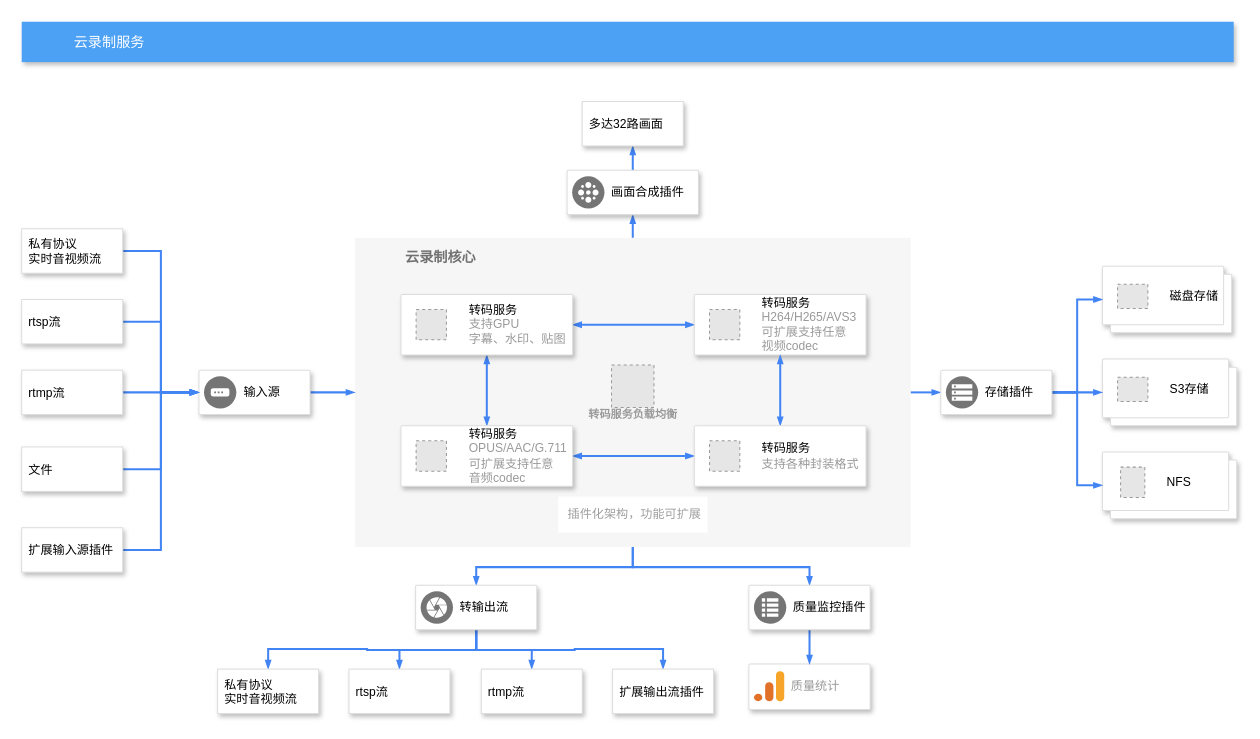
This is 云录制.drawio from shushenghong/test, a draw.io file, before an edit. Source tidied: cells renumbered, new cells numbered last; positions are measured from the earlier drawing's top-left corner, leaving out a move shared by most shapes. Both pictures are drawn from the tidied source at 101%, with x=0, y=0 at pixel (21, 21). Pictures stored in the file or linked from it are replaced by grey dashed boxes.
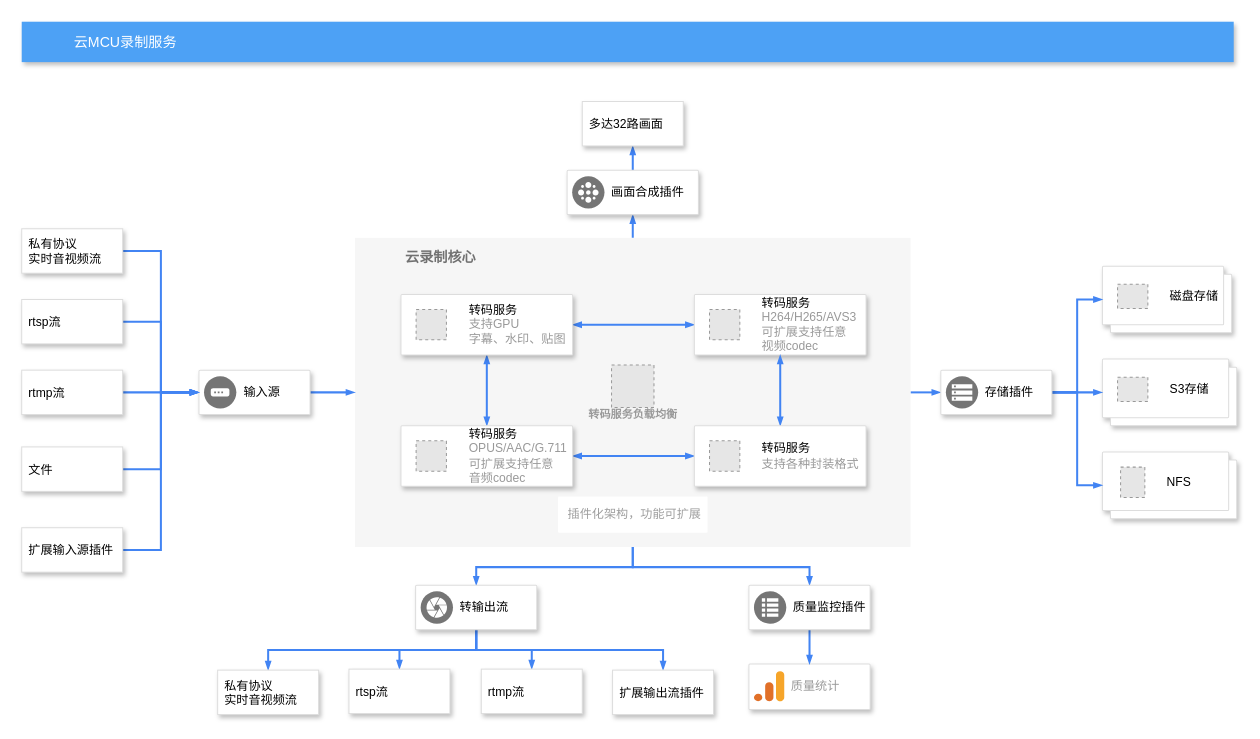
The same page after the edit.

Commit message:
更新云录制.drawio

Change to the diagram source:
```diff
@@
-    <mxCell id="7" value="云录制服务" style="fillColor=#4DA1F5;strokeColor=none;shadow=1;gradientColor=none;fontSize=14;align=left;spacingLeft=50;fontColor=#ffffff;fontFamily=Helvetica;" parent="1" vertex="1">
+    <mxCell id="7" value="云MCU录制服务" style="fillColor=#4DA1F5;strokeColor=none;shadow=1;gradientColor=none;fontSize=14;align=left;spacingLeft=50;fontColor=#ffffff;fontFamily=Helvetica;" parent="1" vertex="1">
       <mxGeometry width="1200" height="40" as="geometry" />
     </mxCell>
@@
     <mxCell id="47" value="私有协议&#10;实时音视频流" style="dashed=0;strokeColor=#dddddd;shadow=1;strokeWidth=1;labelPosition=center;verticalLabelPosition=middle;align=left;verticalAlign=middle;spacingLeft=5;fontSize=12;" parent="1" vertex="1">
-      <mxGeometry x="194" y="641" width="100" height="44" as="geometry" />
+      <mxGeometry x="194" y="642" width="100" height="44" as="geometry" />
     </mxCell>
@@
     <mxCell id="64" value="扩展输出流插件" style="dashed=0;strokeColor=#dddddd;shadow=1;strokeWidth=1;labelPosition=center;verticalLabelPosition=middle;align=left;verticalAlign=middle;spacingLeft=5;fontSize=12;" parent="1" vertex="1">
-      <mxGeometry x="585" y="641" width="100" height="44" as="geometry" />
+      <mxGeometry x="585" y="642" width="100" height="44" as="geometry" />
     </mxCell>
```
